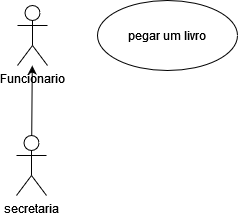
Before: Diagrama sem nome.drawio.png, a diagram exported from draw.io (Andra-sun/modelagem). Source tidied: cells renumbered, new cells last; positions are measured from the earlier drawing's top-left corner, leaving out a move shared by most shapes. The source it was exported from:
```xml
<mxGraphModel>
  <root>
    <mxCell id="0" />
    <mxCell id="1" parent="0" />
    <mxCell id="2" value="Funcionario" style="shape=umlActor;verticalLabelPosition=bottom;verticalAlign=top;html=1;" parent="1" vertex="1">
      <mxGeometry x="1" y="5" width="30" height="60" as="geometry" />
    </mxCell>
    <mxCell id="3" style="edgeStyle=none;rounded=0;jettySize=auto;html=1;" parent="1" edge="1" source="4" target="2">
      <mxGeometry relative="1" as="geometry" />
    </mxCell>
    <mxCell id="4" value="secretaria" style="shape=umlActor;verticalLabelPosition=bottom;verticalAlign=top;html=1;" parent="1" vertex="1">
      <mxGeometry y="135" width="30" height="60" as="geometry" />
    </mxCell>
    <mxCell id="5" value="pegar um livro" style="ellipse;whiteSpace=wrap;html=1;" parent="1" vertex="1">
      <mxGeometry x="81" width="140" height="70" as="geometry" />
    </mxCell>
  </root>
</mxGraphModel>
```
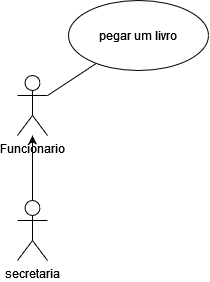
The same file after the commit.

Diff of the diagram source:
```diff
@@ -3,7 +3,7 @@
     <mxCell id="0" />
     <mxCell id="1" parent="0" />
     <mxCell id="2" value="Funcionario" style="shape=umlActor;verticalLabelPosition=bottom;verticalAlign=top;html=1;" parent="1" vertex="1">
-      <mxGeometry x="1" y="5" width="30" height="60" as="geometry" />
+      <mxGeometry y="10" width="30" height="60" as="geometry" />
     </mxCell>
     <mxCell id="3" style="edgeStyle=none;rounded=0;jettySize=auto;html=1;" parent="1" edge="1" source="4" target="2">
       <mxGeometry relative="1" as="geometry" />
@@ -11,8 +11,11 @@
     <mxCell id="4" value="secretaria" style="shape=umlActor;verticalLabelPosition=bottom;verticalAlign=top;html=1;" parent="1" vertex="1">
       <mxGeometry y="135" width="30" height="60" as="geometry" />
     </mxCell>
+    <mxCell id="6" style="edgeStyle=none;rounded=0;jettySize=auto;html=1;endArrow=none;endFill=0;" parent="1" edge="1" source="5" target="2">
+      <mxGeometry relative="1" as="geometry" />
+    </mxCell>
     <mxCell id="5" value="pegar um livro" style="ellipse;whiteSpace=wrap;html=1;" parent="1" vertex="1">
-      <mxGeometry x="81" width="140" height="70" as="geometry" />
+      <mxGeometry x="51" y="-65" width="140" height="70" as="geometry" />
     </mxCell>
   </root>
 </mxGraphModel>
```
